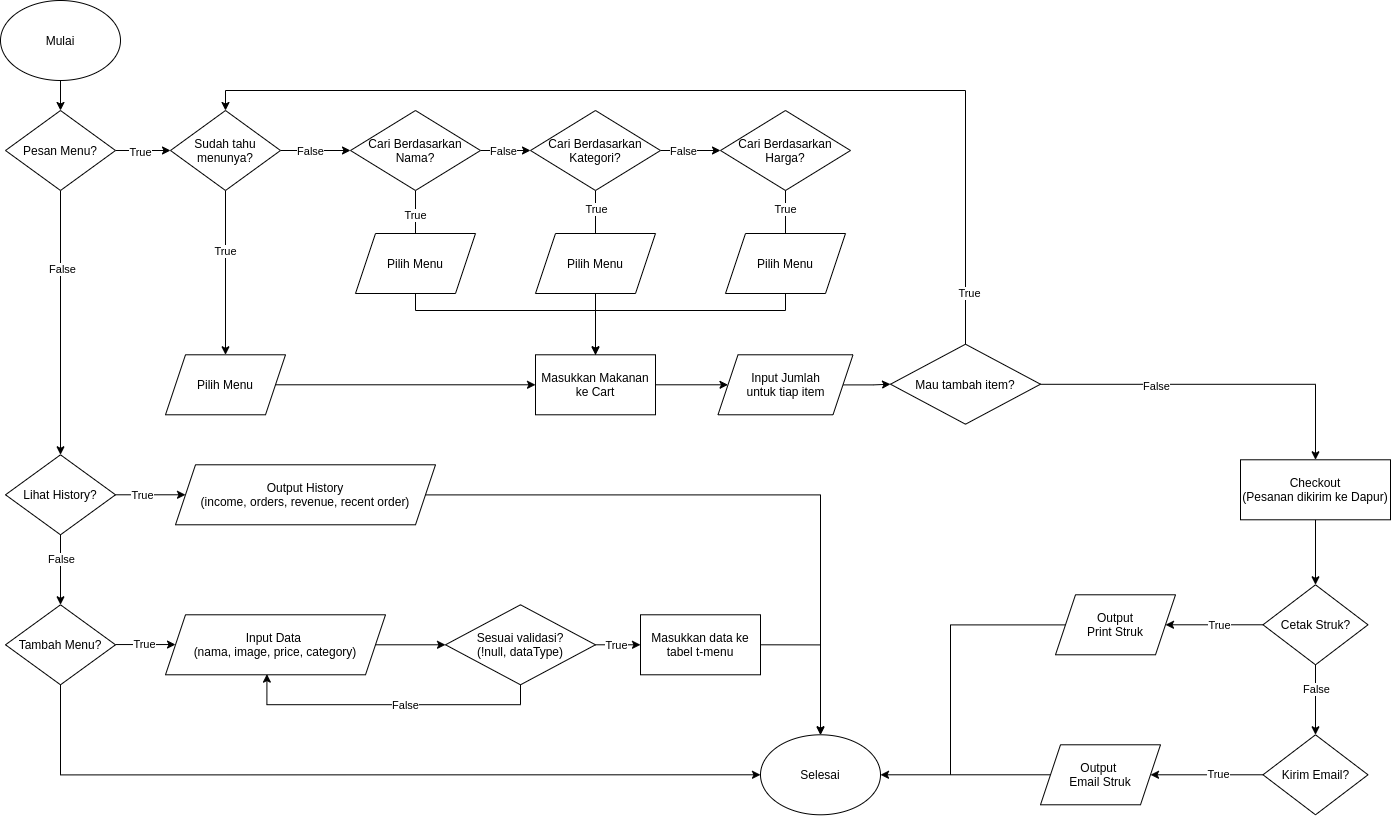
Above: POS-Backend-Diagram.png in alifma/pos-backend (draw.io), before the change. Source tidied: cells renumbered, new cells last; positions are measured from the earlier drawing's top-left corner, leaving out a move shared by most shapes.
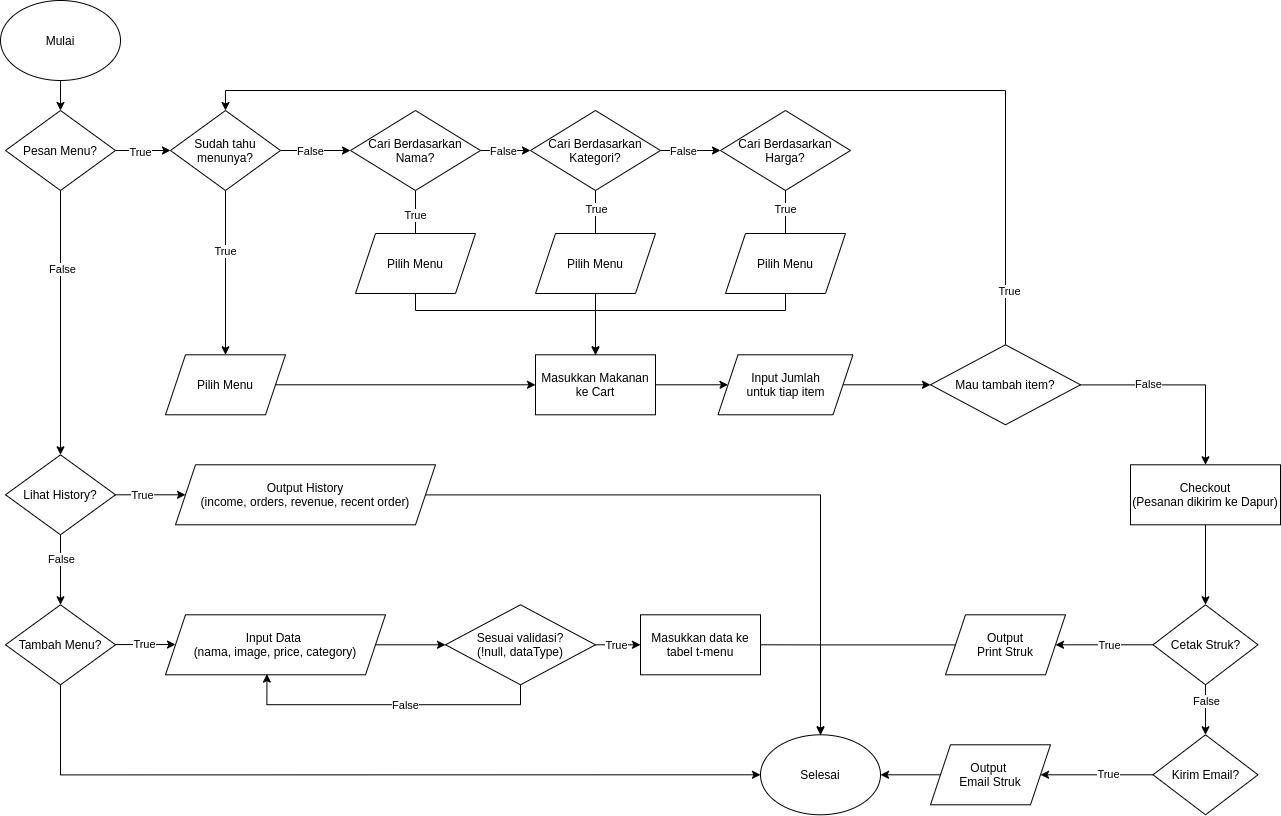
Above is the later version.

What changed in the source:
```diff
@@ -185,7 +185,7 @@
     <mxCell id="54" style="edgeStyle=orthogonalEdgeStyle;rounded=0;jettySize=auto;html=1;entryX=0.5;entryY=0;entryDx=0;entryDy=0;exitX=0.5;exitY=0;exitDx=0;exitDy=0;" parent="1" edge="1" source="58" target="34">
       <mxGeometry relative="1" as="geometry">
         <Array as="points">
-          <mxPoint x="965" y="90" />
+          <mxPoint x="1005" y="90" />
           <mxPoint x="225" y="90" />
         </Array>
       </mxGeometry>
@@ -198,17 +198,17 @@
     </mxCell>
     <mxCell id="57" value="False" style="edgeLabel;html=1;align=center;verticalAlign=middle;" parent="56" vertex="1">
       <mxGeometry x="-0.35" y="-1" relative="1" as="geometry">
-        <mxPoint x="1" y="0.2" as="offset" />
+        <mxPoint x="1" y="-2.8" as="offset" />
       </mxGeometry>
     </mxCell>
     <mxCell id="58" value="Mau tambah item?" style="rhombus;whiteSpace=wrap;html=1;" parent="1" vertex="1">
-      <mxGeometry x="890" y="343.7" width="150" height="80" as="geometry" />
+      <mxGeometry x="930" y="344.3" width="150" height="80" as="geometry" />
     </mxCell>
     <mxCell id="59" style="edgeStyle=orthogonalEdgeStyle;rounded=0;jettySize=auto;html=1;exitX=0.5;exitY=1;exitDx=0;exitDy=0;" parent="1" edge="1" source="60" target="65">
       <mxGeometry relative="1" as="geometry" />
     </mxCell>
     <mxCell id="60" value="Checkout&lt;br&gt;(Pesanan dikirim ke Dapur)" style="whiteSpace=wrap;html=1;" parent="1" vertex="1">
-      <mxGeometry x="1240" y="459.3" width="150" height="60" as="geometry" />
+      <mxGeometry x="1130" y="464.3" width="150" height="60" as="geometry" />
     </mxCell>
     <mxCell id="61" style="edgeStyle=orthogonalEdgeStyle;rounded=0;jettySize=auto;html=1;" parent="1" edge="1" source="65" target="68">
       <mxGeometry relative="1" as="geometry" />
@@ -225,7 +225,7 @@
       </mxGeometry>
     </mxCell>
     <mxCell id="65" value="Cetak Struk?" style="rhombus;whiteSpace=wrap;html=1;" parent="1" vertex="1">
-      <mxGeometry x="1262.5" y="584.3" width="105" height="80" as="geometry" />
+      <mxGeometry x="1152.5" y="604.3" width="105" height="80" as="geometry" />
     </mxCell>
     <mxCell id="66" style="edgeStyle=orthogonalEdgeStyle;rounded=0;jettySize=auto;html=1;" parent="1" edge="1" source="68" target="72">
       <mxGeometry relative="1" as="geometry" />
@@ -234,21 +234,19 @@
       <mxGeometry x="-0.19" y="-1" relative="1" as="geometry" />
     </mxCell>
     <mxCell id="68" value="Kirim Email?" style="rhombus;whiteSpace=wrap;html=1;" parent="1" vertex="1">
-      <mxGeometry x="1262.5" y="734.3" width="105" height="80" as="geometry" />
+      <mxGeometry x="1152.5" y="734.3" width="105" height="80" as="geometry" />
     </mxCell>
-    <mxCell id="69" style="edgeStyle=orthogonalEdgeStyle;rounded=0;jettySize=auto;html=1;endArrow=none;endFill=0;" parent="1" edge="1" source="70">
-      <mxGeometry relative="1" as="geometry">
-        <mxPoint x="950" y="774.3" as="targetPoint" />
-      </mxGeometry>
+    <mxCell id="69" style="edgeStyle=orthogonalEdgeStyle;rounded=0;jettySize=auto;html=1;endArrow=none;endFill=0;entryX=0.5;entryY=0;entryDx=0;entryDy=0;" parent="1" edge="1" source="70" target="4">
+      <mxGeometry relative="1" as="geometry" />
     </mxCell>
     <mxCell id="70" value="Output&lt;br&gt;Print Struk" style="shape=parallelogram;perimeter=parallelogramPerimeter;whiteSpace=wrap;html=1;fixedSize=1;" parent="1" vertex="1">
-      <mxGeometry x="1055" y="594.3" width="120" height="60" as="geometry" />
+      <mxGeometry x="945" y="614.3" width="120" height="60" as="geometry" />
     </mxCell>
     <mxCell id="71" style="edgeStyle=orthogonalEdgeStyle;rounded=0;jettySize=auto;html=1;entryX=1;entryY=0.5;entryDx=0;entryDy=0;" parent="1" edge="1" source="72" target="4">
       <mxGeometry relative="1" as="geometry" />
     </mxCell>
     <mxCell id="72" value="Output&amp;nbsp;&lt;br&gt;Email Struk" style="shape=parallelogram;perimeter=parallelogramPerimeter;whiteSpace=wrap;html=1;fixedSize=1;" parent="1" vertex="1">
-      <mxGeometry x="1040" y="744.3" width="120" height="60" as="geometry" />
+      <mxGeometry x="930" y="744.3" width="120" height="60" as="geometry" />
     </mxCell>
     <mxCell id="73" style="edgeStyle=orthogonalEdgeStyle;rounded=0;jettySize=auto;html=1;endArrow=classic;endFill=1;" parent="1" edge="1" source="74" target="51">
       <mxGeometry relative="1" as="geometry">
```
